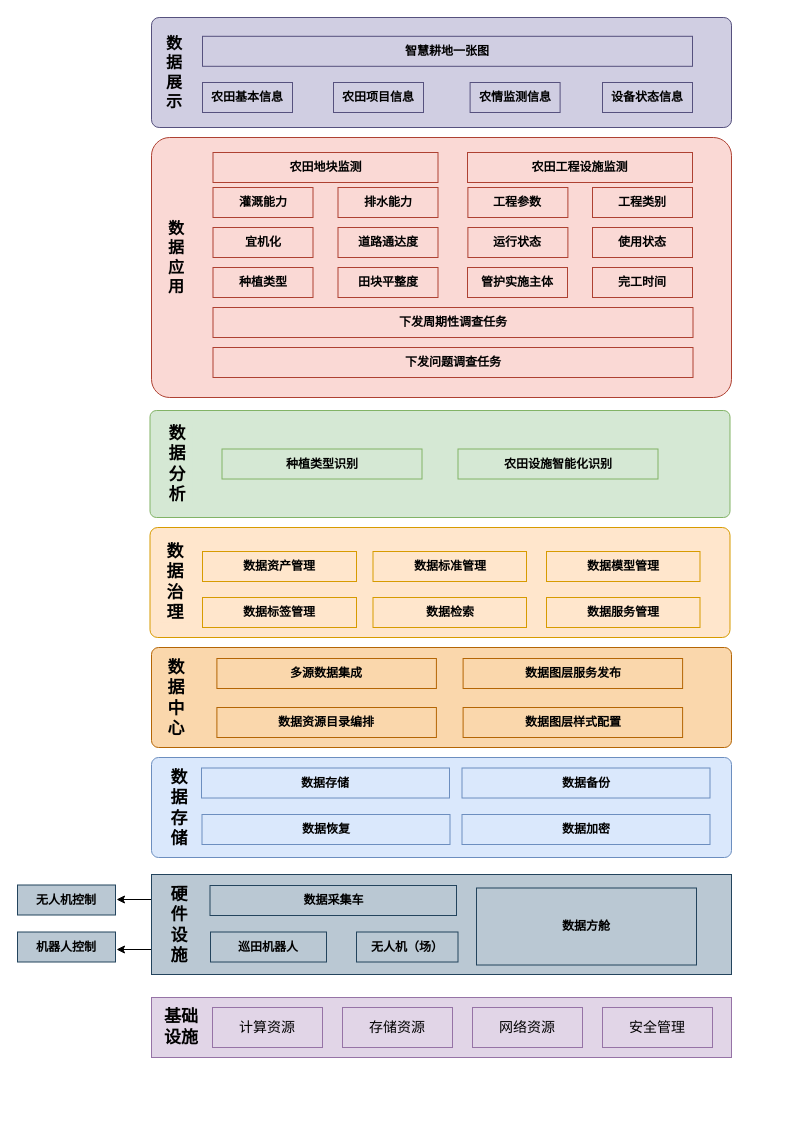
GISering/diagram keeps this draw.io diagram as page "第 3 页" (3 of 3) of 陕西项目.drawio. Above is the earlier version. Source tidied: cells renumbered, new cells numbered last; positions are measured from the earlier drawing's top-left corner, leaving out a move shared by most shapes. Both pictures are drawn from the tidied source at 100%, with x=0, y=0 at pixel (17, 17).
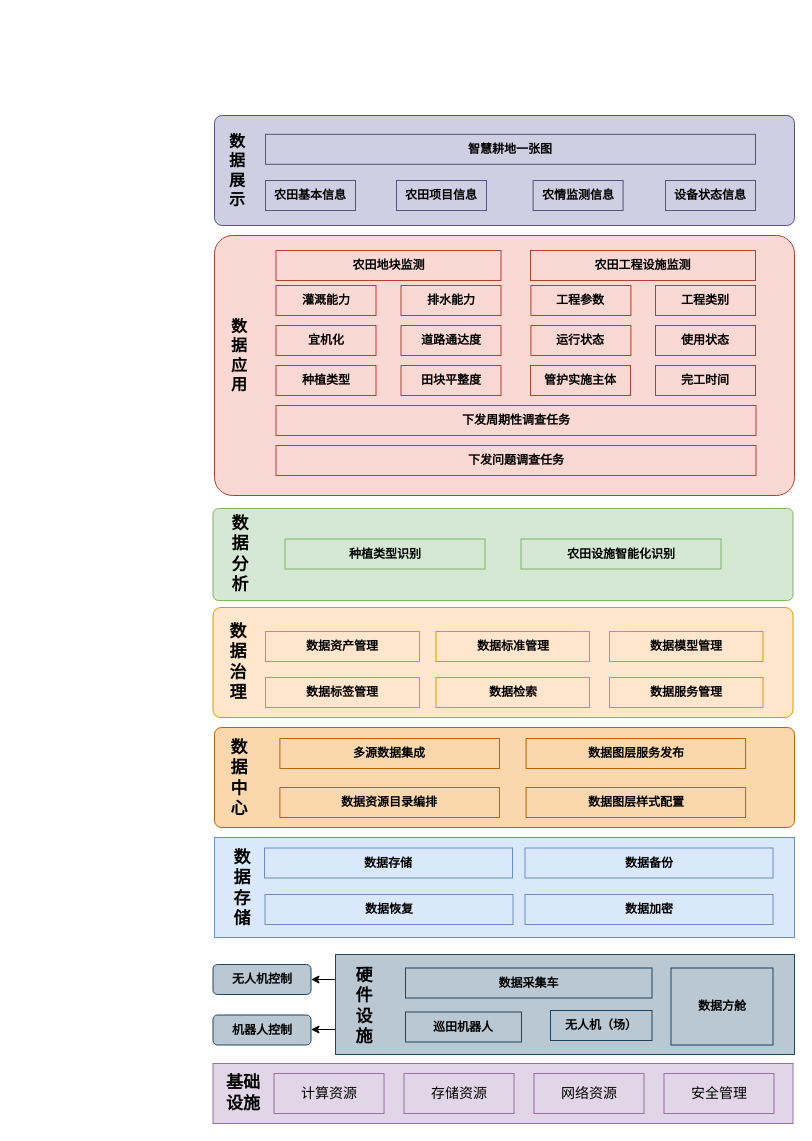
The same page after the edit.

Commit message:
更新陕西项目.drawio

Diff of the diagram source:
```diff
@@
     <mxCell id="2" style="rounded=1;whiteSpace=wrap;html=1;fillColor=#fad9d5;strokeColor=#ae4132;arcSize=7;" parent="1" vertex="1">
-      <mxGeometry x="134" y="120" width="580" height="260" as="geometry" />
+      <mxGeometry x="197" y="218" width="580" height="260" as="geometry" />
     </mxCell>
     <mxCell id="3" style="rounded=1;whiteSpace=wrap;html=1;fillColor=#ffe6cc;strokeColor=#d79b00;arcSize=7;" parent="1" vertex="1">
-      <mxGeometry x="132.5" y="510" width="580" height="110" as="geometry" />
+      <mxGeometry x="195.5" y="590" width="580" height="110" as="geometry" />
     </mxCell>
     <mxCell id="4" style="rounded=0;whiteSpace=wrap;html=1;fillColor=#e1d5e7;strokeColor=#9673a6;arcSize=7;" parent="1" vertex="1">
-      <mxGeometry x="134" y="980" width="580" height="60" as="geometry" />
+      <mxGeometry x="195.5" y="1046" width="580" height="60" as="geometry" />
     </mxCell>
     <mxCell id="5" value="基础设施" style="text;html=1;align=center;verticalAlign=middle;whiteSpace=wrap;rounded=0;fontSize=17;fontStyle=1;fillColor=#e1d5e7;strokeColor=none;" parent="1" vertex="1">
-      <mxGeometry x="144" y="995" width="40" height="30" as="geometry" />
+      <mxGeometry x="205.5" y="1061" width="40" height="30" as="geometry" />
     </mxCell>
     <mxCell id="6" value="计算资源" style="rounded=0;whiteSpace=wrap;html=1;fontSize=14;fillColor=#e1d5e7;strokeColor=#9673a6;" parent="1" vertex="1">
-      <mxGeometry x="195" y="990" width="110" height="40" as="geometry" />
+      <mxGeometry x="256.5" y="1056" width="110" height="40" as="geometry" />
     </mxCell>
     <mxCell id="7" value="存储资源" style="rounded=0;whiteSpace=wrap;html=1;fontSize=14;fillColor=#e1d5e7;strokeColor=#9673a6;" parent="1" vertex="1">
-      <mxGeometry x="325" y="990" width="110" height="40" as="geometry" />
+      <mxGeometry x="386.5" y="1056" width="110" height="40" as="geometry" />
     </mxCell>
     <mxCell id="8" value="网络资源" style="rounded=0;whiteSpace=wrap;html=1;fontSize=14;fillColor=#e1d5e7;strokeColor=#9673a6;" parent="1" vertex="1">
-      <mxGeometry x="455" y="990" width="110" height="40" as="geometry" />
+      <mxGeometry x="516.5" y="1056" width="110" height="40" as="geometry" />
     </mxCell>
     <mxCell id="9" value="安全管理" style="rounded=0;whiteSpace=wrap;html=1;fontSize=14;fillColor=#e1d5e7;strokeColor=#9673a6;" parent="1" vertex="1">
-      <mxGeometry x="585" y="990" width="110" height="40" as="geometry" />
+      <mxGeometry x="646.5" y="1056" width="110" height="40" as="geometry" />
     </mxCell>
-    <mxCell id="10" style="rounded=1;whiteSpace=wrap;html=1;fillColor=#dae8fc;strokeColor=#6c8ebf;arcSize=7;" parent="1" vertex="1">
-      <mxGeometry x="134" y="740" width="580" height="100" as="geometry" />
+    <mxCell id="10" style="rounded=0;whiteSpace=wrap;html=1;fillColor=#dae8fc;strokeColor=#6c8ebf;arcSize=7;" parent="1" vertex="1">
+      <mxGeometry x="197" y="820" width="580" height="100" as="geometry" />
     </mxCell>
     <mxCell id="11" value="数据存储" style="text;html=1;align=center;verticalAlign=middle;whiteSpace=wrap;rounded=0;fontSize=17;fontStyle=1;fillColor=#dae8fc;strokeColor=none;" parent="1" vertex="1">
-      <mxGeometry x="146.5" y="750.5" width="30" height="80" as="geometry" />
+      <mxGeometry x="209.5" y="830.5" width="30" height="80" as="geometry" />
     </mxCell>
     <mxCell id="12" value="数据存储" style="rounded=0;whiteSpace=wrap;html=1;fontStyle=1;fillColor=#dae8fc;strokeColor=#6c8ebf;" parent="1" vertex="1">
-      <mxGeometry x="184" y="750.5" width="248" height="30" as="geometry" />
+      <mxGeometry x="247" y="830.5" width="248" height="30" as="geometry" />
     </mxCell>
     <mxCell id="13" style="rounded=1;whiteSpace=wrap;html=1;fillColor=#fad7ac;strokeColor=#b46504;arcSize=7;" parent="1" vertex="1">
-      <mxGeometry x="134" y="630" width="580" height="100" as="geometry" />
+      <mxGeometry x="197" y="710" width="580" height="100" as="geometry" />
     </mxCell>
     <mxCell id="14" value="数据中心" style="text;html=1;align=center;verticalAlign=middle;whiteSpace=wrap;rounded=0;fontSize=17;fontStyle=1;fillColor=#fad7ac;strokeColor=none;" parent="1" vertex="1">
-      <mxGeometry x="144" y="641" width="30" height="80" as="geometry" />
+      <mxGeometry x="207" y="721" width="30" height="80" as="geometry" />
     </mxCell>
     <mxCell id="15" style="rounded=1;whiteSpace=wrap;html=1;fillColor=#d5e8d4;strokeColor=#82b366;arcSize=6;" parent="1" vertex="1">
-      <mxGeometry x="132.5" y="393" width="580" height="107" as="geometry" />
+      <mxGeometry x="195.5" y="491" width="580" height="92" as="geometry" />
     </mxCell>
     <mxCell id="16" value="数据分析" style="text;html=1;align=center;verticalAlign=middle;whiteSpace=wrap;rounded=0;fontSize=17;fontStyle=1;fillColor=#d5e8d4;strokeColor=none;" parent="1" vertex="1">
-      <mxGeometry x="144.8" y="406.5" width="30" height="80" as="geometry" />
+      <mxGeometry x="207.8" y="496.5" width="30" height="80" as="geometry" />
     </mxCell>
     <mxCell id="17" value="农田工程设施监测" style="rounded=0;whiteSpace=wrap;html=1;fontStyle=1;fillColor=#fad9d5;strokeColor=#ae4132;" parent="1" vertex="1">
-      <mxGeometry x="450" y="135" width="225" height="30" as="geometry" />
+      <mxGeometry x="513" y="233" width="225" height="30" as="geometry" />
     </mxCell>
     <mxCell id="18" value="农田地块监测" style="rounded=0;whiteSpace=wrap;html=1;fontStyle=1;fillColor=#fad9d5;strokeColor=#ae4132;" parent="1" vertex="1">
-      <mxGeometry x="195.5" y="135" width="225" height="30" as="geometry" />
+      <mxGeometry x="258.5" y="233" width="225" height="30" as="geometry" />
     </mxCell>
     <mxCell id="19" value="数据应用" style="text;html=1;align=center;verticalAlign=middle;whiteSpace=wrap;rounded=0;fontSize=16;fontStyle=1;fillColor=none;strokeColor=none;" parent="1" vertex="1">
-      <mxGeometry x="143.2" y="190" width="31.5" height="100" as="geometry" />
+      <mxGeometry x="206.2" y="288" width="31.5" height="100" as="geometry" />
     </mxCell>
     <mxCell id="20" value="下发周期性调查任务" style="rounded=0;whiteSpace=wrap;html=1;fontStyle=1;fillColor=#fad9d5;strokeColor=#ae4132;" parent="1" vertex="1">
-      <mxGeometry x="195.5" y="290" width="480" height="30" as="geometry" />
+      <mxGeometry x="258.5" y="388" width="480" height="30" as="geometry" />
     </mxCell>
     <mxCell id="21" style="rounded=1;whiteSpace=wrap;html=1;fillColor=#d0cee2;strokeColor=#56517e;arcSize=7;" parent="1" vertex="1">
-      <mxGeometry x="134" width="580" height="110" as="geometry" />
+      <mxGeometry x="197" y="98" width="580" height="110" as="geometry" />
     </mxCell>
     <mxCell id="22" value="数据展示" style="text;html=1;align=center;verticalAlign=middle;whiteSpace=wrap;rounded=0;fontSize=16;fontStyle=1;fillColor=#d0cee2;strokeColor=none;" parent="1" vertex="1">
-      <mxGeometry x="141" y="7.5" width="31.5" height="95" as="geometry" />
+      <mxGeometry x="204" y="105.5" width="31.5" height="95" as="geometry" />
     </mxCell>
     <mxCell id="23" value="智慧耕地一张图" style="rounded=0;whiteSpace=wrap;html=1;fontStyle=1;fillColor=#d0cee2;strokeColor=#56517e;" parent="1" vertex="1">
-      <mxGeometry x="185" y="18.8" width="490" height="30" as="geometry" />
+      <mxGeometry x="248" y="116.8" width="490" height="30" as="geometry" />
     </mxCell>
     <mxCell id="24" value="农田项目信息" style="rounded=0;whiteSpace=wrap;html=1;fontStyle=1;fillColor=#d0cee2;strokeColor=#56517e;" parent="1" vertex="1">
-      <mxGeometry x="316" y="65" width="90" height="30" as="geometry" />
+      <mxGeometry x="379" y="163" width="90" height="30" as="geometry" />
     </mxCell>
     <mxCell id="25" value="农情监测信息" style="rounded=0;whiteSpace=wrap;html=1;fontStyle=1;fillColor=#d0cee2;strokeColor=#56517e;" parent="1" vertex="1">
-      <mxGeometry x="452.6" y="65" width="90" height="30" as="geometry" />
+      <mxGeometry x="515.6" y="163" width="90" height="30" as="geometry" />
     </mxCell>
     <mxCell id="26" value="设备状态信息" style="rounded=0;whiteSpace=wrap;html=1;fontStyle=1;fillColor=#d0cee2;strokeColor=#56517e;" parent="1" vertex="1">
-      <mxGeometry x="585" y="65" width="90" height="30" as="geometry" />
+      <mxGeometry x="648" y="163" width="90" height="30" as="geometry" />
     </mxCell>
     <mxCell id="27" value="数据治理" style="text;html=1;align=center;verticalAlign=middle;whiteSpace=wrap;rounded=0;fontSize=17;fontStyle=1;fillColor=#ffe6cc;strokeColor=none;" parent="1" vertex="1">
-      <mxGeometry x="142.5" y="525" width="30" height="80" as="geometry" />
+      <mxGeometry x="205.5" y="605" width="30" height="80" as="geometry" />
     </mxCell>
     <mxCell id="28" value="数据备份" style="rounded=0;whiteSpace=wrap;html=1;fontStyle=1;fillColor=#dae8fc;strokeColor=#6c8ebf;" parent="1" vertex="1">
-      <mxGeometry x="444.5" y="750.5" width="248" height="30" as="geometry" />
+      <mxGeometry x="507.5" y="830.5" width="248" height="30" as="geometry" />
     </mxCell>
     <mxCell id="29" value="数据恢复" style="rounded=0;whiteSpace=wrap;html=1;fontStyle=1;fillColor=#dae8fc;strokeColor=#6c8ebf;" parent="1" vertex="1">
-      <mxGeometry x="184.5" y="797" width="248" height="30" as="geometry" />
+      <mxGeometry x="247.5" y="877" width="248" height="30" as="geometry" />
     </mxCell>
     <mxCell id="30" value="数据加密" style="rounded=0;whiteSpace=wrap;html=1;fontStyle=1;fillColor=#dae8fc;strokeColor=#6c8ebf;" parent="1" vertex="1">
-      <mxGeometry x="444.5" y="797" width="248" height="30" as="geometry" />
+      <mxGeometry x="507.5" y="877" width="248" height="30" as="geometry" />
     </mxCell>
-    <mxCell id="31" style="edgeStyle=orthogonalEdgeStyle;rounded=0;jettySize=auto;html=1;exitX=0;exitY=0.25;exitDx=0;exitDy=0;" parent="1" edge="1" source="33">
-      <mxGeometry relative="1" as="geometry">
-        <mxPoint x="99" y="882" as="targetPoint" />
-      </mxGeometry>
+    <mxCell id="31" style="edgeStyle=orthogonalEdgeStyle;rounded=0;jettySize=auto;html=1;exitX=0;exitY=0.25;exitDx=0;exitDy=0;entryX=1;entryY=0.5;entryDx=0;entryDy=0;" parent="1" edge="1" source="33" target="65">
+      <mxGeometry relative="1" as="geometry" />
     </mxCell>
-    <mxCell id="32" style="edgeStyle=orthogonalEdgeStyle;rounded=0;jettySize=auto;html=1;exitX=0;exitY=0.75;exitDx=0;exitDy=0;" parent="1" edge="1" source="33">
-      <mxGeometry relative="1" as="geometry">
-        <mxPoint x="99" y="932" as="targetPoint" />
-      </mxGeometry>
+    <mxCell id="32" style="edgeStyle=orthogonalEdgeStyle;rounded=0;jettySize=auto;html=1;exitX=0;exitY=0.75;exitDx=0;exitDy=0;entryX=1;entryY=0.5;entryDx=0;entryDy=0;" parent="1" edge="1" source="33" target="66">
+      <mxGeometry relative="1" as="geometry" />
     </mxCell>
     <mxCell id="33" style="rounded=0;whiteSpace=wrap;html=1;fillColor=#bac8d3;strokeColor=#23445d;arcSize=7;" parent="1" vertex="1">
-      <mxGeometry x="134" y="857" width="580" height="100" as="geometry" />
+      <mxGeometry x="318" y="937" width="459" height="100" as="geometry" />
     </mxCell>
     <mxCell id="34" value="硬件设施" style="text;html=1;align=center;verticalAlign=middle;whiteSpace=wrap;rounded=0;fontSize=17;fontStyle=1;fillColor=#bac8d3;strokeColor=none;" parent="1" vertex="1">
-      <mxGeometry x="146.5" y="867.5" width="30" height="80" as="geometry" />
+      <mxGeometry x="332" y="949" width="30" height="80" as="geometry" />
     </mxCell>
     <mxCell id="35" value="数据采集车" style="rounded=0;whiteSpace=wrap;html=1;fontStyle=1;fillColor=#bac8d3;strokeColor=#23445d;" parent="1" vertex="1">
-      <mxGeometry x="192.5" y="868" width="246.5" height="30" as="geometry" />
+      <mxGeometry x="388" y="950.5" width="246.5" height="30" as="geometry" />
     </mxCell>
     <mxCell id="36" value="巡田机器人" style="rounded=0;whiteSpace=wrap;html=1;fontStyle=1;fillColor=#bac8d3;strokeColor=#23445d;" parent="1" vertex="1">
-      <mxGeometry x="193" y="914.5" width="116" height="30" as="geometry" />
+      <mxGeometry x="388" y="994.5" width="116" height="30" as="geometry" />
     </mxCell>
     <mxCell id="37" value="无人机（场）" style="rounded=0;whiteSpace=wrap;html=1;fontStyle=1;fillColor=#bac8d3;strokeColor=#23445d;" parent="1" vertex="1">
-      <mxGeometry x="339" y="914.5" width="101.5" height="30" as="geometry" />
+      <mxGeometry x="533" y="993" width="101.5" height="30" as="geometry" />
     </mxCell>
     <mxCell id="38" value="数据方舱" style="rounded=0;whiteSpace=wrap;html=1;fontStyle=1;fillColor=#bac8d3;strokeColor=#23445d;" parent="1" vertex="1">
-      <mxGeometry x="459" y="870.5" width="220" height="77" as="geometry" />
+      <mxGeometry x="653.5" y="950.5" width="102" height="77" as="geometry" />
     </mxCell>
     <mxCell id="39" value="多源数据集成" style="rounded=0;whiteSpace=wrap;html=1;fontStyle=1;fillColor=#fad7ac;strokeColor=#b46504;" parent="1" vertex="1">
-      <mxGeometry x="199.4" y="641" width="219.5" height="30" as="geometry" />
+      <mxGeometry x="262.4" y="721" width="219.5" height="30" as="geometry" />
     </mxCell>
     <mxCell id="40" value="数据资源目录编排" style="rounded=0;whiteSpace=wrap;html=1;fillColor=#fad7ac;strokeColor=#b46504;fontStyle=1;" parent="1" vertex="1">
-      <mxGeometry x="199.4" y="690" width="219.5" height="30" as="geometry" />
+      <mxGeometry x="262.4" y="770" width="219.5" height="30" as="geometry" />
     </mxCell>
     <mxCell id="41" value="数据图层样式配置" style="rounded=0;whiteSpace=wrap;html=1;fillColor=#fad7ac;strokeColor=#b46504;fontStyle=1;" parent="1" vertex="1">
-      <mxGeometry x="445.6" y="690" width="219.5" height="30" as="geometry" />
+      <mxGeometry x="508.6" y="770" width="219.5" height="30" as="geometry" />
     </mxCell>
     <mxCell id="42" value="数据图层服务发布" style="rounded=0;whiteSpace=wrap;html=1;fontStyle=1;fillColor=#fad7ac;strokeColor=#b46504;" parent="1" vertex="1">
-      <mxGeometry x="445.6" y="641" width="219.5" height="30" as="geometry" />
+      <mxGeometry x="508.6" y="721" width="219.5" height="30" as="geometry" />
     </mxCell>
     <mxCell id="43" value="数据资产管理" style="rounded=0;whiteSpace=wrap;html=1;fontStyle=1;fillColor=#ffe6cc;strokeColor=#d79b00;" parent="1" vertex="1">
-      <mxGeometry x="185" y="534" width="154" height="30" as="geometry" />
+      <mxGeometry x="248" y="614" width="154" height="30" as="geometry" />
     </mxCell>
     <mxCell id="44" value="数据标准管理" style="rounded=0;whiteSpace=wrap;html=1;fontStyle=1;fillColor=#ffe6cc;strokeColor=#d79b00;" parent="1" vertex="1">
-      <mxGeometry x="355.5" y="534" width="153.5" height="30" as="geometry" />
+      <mxGeometry x="418.5" y="614" width="153.5" height="30" as="geometry" />
     </mxCell>
     <mxCell id="45" value="数据模型管理" style="rounded=0;whiteSpace=wrap;html=1;fontStyle=1;fillColor=#ffe6cc;strokeColor=#d79b00;" parent="1" vertex="1">
-      <mxGeometry x="529" y="534" width="153.5" height="30" as="geometry" />
+      <mxGeometry x="592" y="614" width="153.5" height="30" as="geometry" />
     </mxCell>
     <mxCell id="46" value="数据标签管理" style="rounded=0;whiteSpace=wrap;html=1;fontStyle=1;fillColor=#ffe6cc;strokeColor=#d79b00;" parent="1" vertex="1">
-      <mxGeometry x="185" y="580" width="154" height="30" as="geometry" />
+      <mxGeometry x="248" y="660" width="154" height="30" as="geometry" />
     </mxCell>
     <mxCell id="47" value="数据检索" style="rounded=0;whiteSpace=wrap;html=1;fontStyle=1;fillColor=#ffe6cc;strokeColor=#d79b00;" parent="1" vertex="1">
-      <mxGeometry x="355.5" y="580" width="153.5" height="30" as="geometry" />
+      <mxGeometry x="418.5" y="660" width="153.5" height="30" as="geometry" />
     </mxCell>
     <mxCell id="48" value="数据服务管理" style="rounded=0;whiteSpace=wrap;html=1;fontStyle=1;fillColor=#ffe6cc;strokeColor=#d79b00;" parent="1" vertex="1">
-      <mxGeometry x="529" y="580" width="153.5" height="30" as="geometry" />
+      <mxGeometry x="592" y="660" width="153.5" height="30" as="geometry" />
     </mxCell>
     <mxCell id="49" value="种植类型识别" style="rounded=0;whiteSpace=wrap;html=1;fontStyle=1;fillColor=#d5e8d4;strokeColor=#82b366;" parent="1" vertex="1">
-      <mxGeometry x="204.5" y="431.5" width="200" height="30" as="geometry" />
+      <mxGeometry x="267.5" y="521.5" width="200" height="30" as="geometry" />
     </mxCell>
     <mxCell id="50" value="农田设施智能化识别" style="rounded=0;whiteSpace=wrap;html=1;fontStyle=1;fillColor=#d5e8d4;strokeColor=#82b366;" parent="1" vertex="1">
-      <mxGeometry x="440.5" y="431.5" width="200" height="30" as="geometry" />
+      <mxGeometry x="503.5" y="521.5" width="200" height="30" as="geometry" />
     </mxCell>
     <mxCell id="51" value="农田基本信息" style="rounded=0;whiteSpace=wrap;html=1;fontStyle=1;fillColor=#d0cee2;strokeColor=#56517e;" parent="1" vertex="1">
-      <mxGeometry x="185" y="65" width="90" height="30" as="geometry" />
+      <mxGeometry x="248" y="163" width="90" height="30" as="geometry" />
     </mxCell>
     <mxCell id="52" value="灌溉能力" style="rounded=0;whiteSpace=wrap;html=1;fontStyle=1;fillColor=#fad9d5;strokeColor=#ae4132;" parent="1" vertex="1">
-      <mxGeometry x="195.5" y="170" width="100" height="30" as="geometry" />
+      <mxGeometry x="258.5" y="268" width="100" height="30" as="geometry" />
     </mxCell>
     <mxCell id="53" value="排水能力" style="rounded=0;whiteSpace=wrap;html=1;fontStyle=1;fillColor=#fad9d5;strokeColor=#ae4132;" parent="1" vertex="1">
-      <mxGeometry x="320.5" y="170" width="100" height="30" as="geometry" />
+      <mxGeometry x="383.5" y="268" width="100" height="30" as="geometry" />
     </mxCell>
     <mxCell id="54" value="宜机化" style="rounded=0;whiteSpace=wrap;html=1;fontStyle=1;fillColor=#fad9d5;strokeColor=#ae4132;" parent="1" vertex="1">
-      <mxGeometry x="195.5" y="210" width="100" height="30" as="geometry" />
+      <mxGeometry x="258.5" y="308" width="100" height="30" as="geometry" />
     </mxCell>
     <mxCell id="55" value="道路通达度" style="rounded=0;whiteSpace=wrap;html=1;fontStyle=1;fillColor=#fad9d5;strokeColor=#ae4132;" parent="1" vertex="1">
-      <mxGeometry x="320.5" y="210" width="100" height="30" as="geometry" />
+      <mxGeometry x="383.5" y="308" width="100" height="30" as="geometry" />
     </mxCell>
     <mxCell id="56" value="种植类型" style="rounded=0;whiteSpace=wrap;html=1;fontStyle=1;fillColor=#fad9d5;strokeColor=#ae4132;" parent="1" vertex="1">
-      <mxGeometry x="195.5" y="250" width="100" height="30" as="geometry" />
+      <mxGeometry x="258.5" y="348" width="100" height="30" as="geometry" />
     </mxCell>
     <mxCell id="57" value="田块平整度" style="rounded=0;whiteSpace=wrap;html=1;fontStyle=1;fillColor=#fad9d5;strokeColor=#ae4132;" parent="1" vertex="1">
-      <mxGeometry x="320.5" y="250" width="100" height="30" as="geometry" />
+      <mxGeometry x="383.5" y="348" width="100" height="30" as="geometry" />
     </mxCell>
     <mxCell id="58" value="完工时间" style="rounded=0;whiteSpace=wrap;html=1;fontStyle=1;fillColor=#fad9d5;strokeColor=#ae4132;" parent="1" vertex="1">
-      <mxGeometry x="575" y="250" width="100" height="30" as="geometry" />
+      <mxGeometry x="638" y="348" width="100" height="30" as="geometry" />
     </mxCell>
     <mxCell id="59" value="使用状态" style="rounded=0;whiteSpace=wrap;html=1;fontStyle=1;fillColor=#fad9d5;strokeColor=#ae4132;" parent="1" vertex="1">
-      <mxGeometry x="575" y="210" width="100" height="30" as="geometry" />
+      <mxGeometry x="638" y="308" width="100" height="30" as="geometry" />
     </mxCell>
     <mxCell id="60" value="运行状态" style="rounded=0;whiteSpace=wrap;html=1;fontStyle=1;fillColor=#fad9d5;strokeColor=#ae4132;" parent="1" vertex="1">
-      <mxGeometry x="450.4" y="210" width="100" height="30" as="geometry" />
+      <mxGeometry x="513.4" y="308" width="100" height="30" as="geometry" />
     </mxCell>
     <mxCell id="61" value="管护实施主体" style="rounded=0;whiteSpace=wrap;html=1;fontStyle=1;fillColor=#fad9d5;strokeColor=#ae4132;" parent="1" vertex="1">
-      <mxGeometry x="450" y="250" width="100" height="30" as="geometry" />
+      <mxGeometry x="513" y="348" width="100" height="30" as="geometry" />
     </mxCell>
     <mxCell id="62" value="工程参数" style="rounded=0;whiteSpace=wrap;html=1;fontStyle=1;fillColor=#fad9d5;strokeColor=#ae4132;" parent="1" vertex="1">
-      <mxGeometry x="450.4" y="170" width="100" height="30" as="geometry" />
+      <mxGeometry x="513.4" y="268" width="100" height="30" as="geometry" />
     </mxCell>
     <mxCell id="63" value="工程类别" style="rounded=0;whiteSpace=wrap;html=1;fontStyle=1;fillColor=#fad9d5;strokeColor=#ae4132;" parent="1" vertex="1">
-      <mxGeometry x="575" y="170" width="100" height="30" as="geometry" />
+      <mxGeometry x="638" y="268" width="100" height="30" as="geometry" />
     </mxCell>
     <mxCell id="64" value="下发问题调查任务" style="rounded=0;whiteSpace=wrap;html=1;fontStyle=1;fillColor=#fad9d5;strokeColor=#ae4132;" parent="1" vertex="1">
-      <mxGeometry x="195.5" y="330" width="480" height="30" as="geometry" />
+      <mxGeometry x="258.5" y="428" width="480" height="30" as="geometry" />
     </mxCell>
-    <mxCell id="65" value="无人机控制" style="rounded=0;whiteSpace=wrap;html=1;fontStyle=1;fillColor=#bac8d3;strokeColor=#23445d;" parent="1" vertex="1">
-      <mxGeometry y="867.5" width="98" height="30" as="geometry" />
+    <mxCell id="65" value="无人机控制" style="rounded=1;whiteSpace=wrap;html=1;fontStyle=1;fillColor=#bac8d3;strokeColor=#23445d;" parent="1" vertex="1">
+      <mxGeometry x="195.5" y="947" width="98" height="30" as="geometry" />
     </mxCell>
-    <mxCell id="66" value="机器人控制" style="rounded=0;whiteSpace=wrap;html=1;fontStyle=1;fillColor=#bac8d3;strokeColor=#23445d;" parent="1" vertex="1">
-      <mxGeometry y="914.5" width="98" height="30" as="geometry" />
+    <mxCell id="66" value="机器人控制" style="rounded=1;whiteSpace=wrap;html=1;fontStyle=1;fillColor=#bac8d3;strokeColor=#23445d;" parent="1" vertex="1">
+      <mxGeometry x="195.5" y="997.5" width="98" height="30" as="geometry" />
     </mxCell>
```
